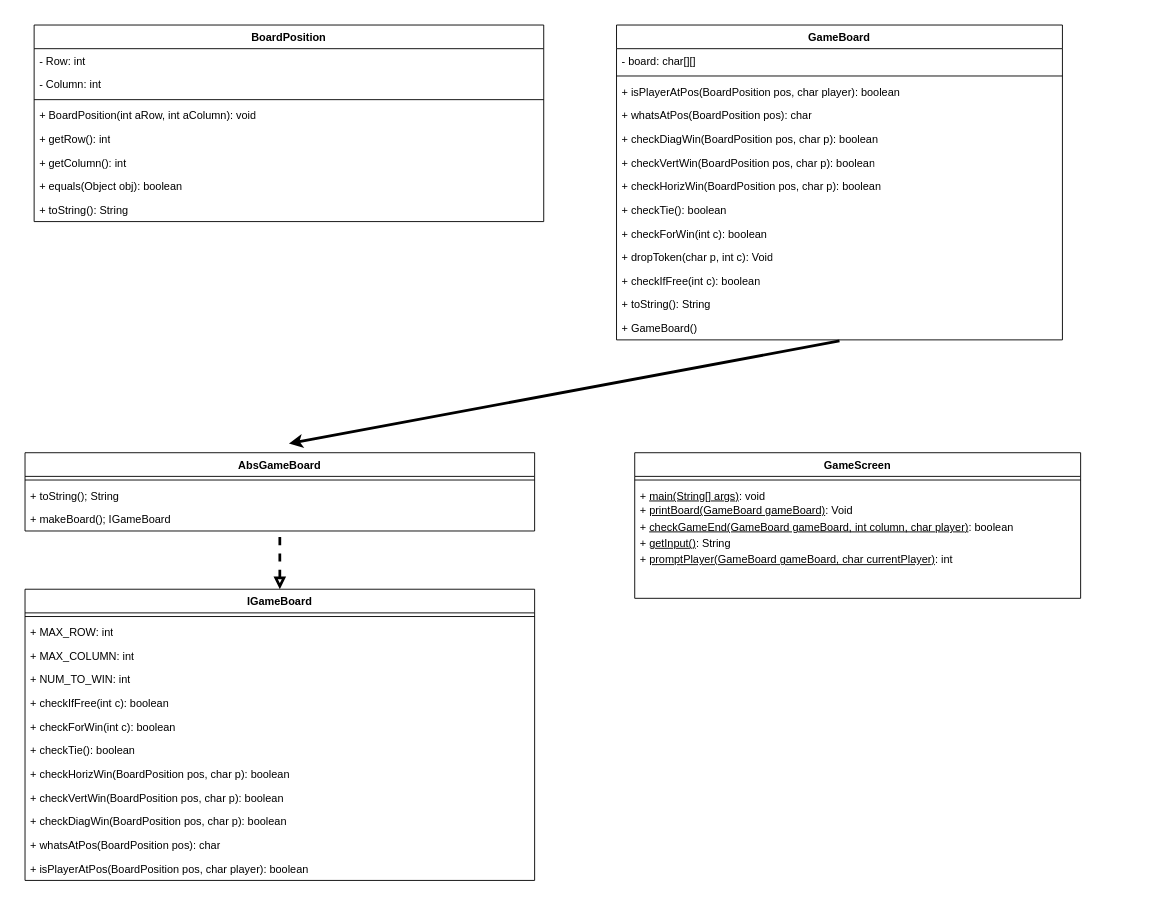
Before: CPSC2150/CPSC2150 Project/UMLs.drawio.xml in Michael-Joseph-Ellis/CPSC-Coursework, a draw.io diagram. Source tidied: cells renumbered, new cells numbered last; positions are measured from the earlier drawing's top-left corner, leaving out a move shared by most shapes. Both pictures are drawn from the tidied source at 91%, with x=0, y=0 at pixel (25, 25).
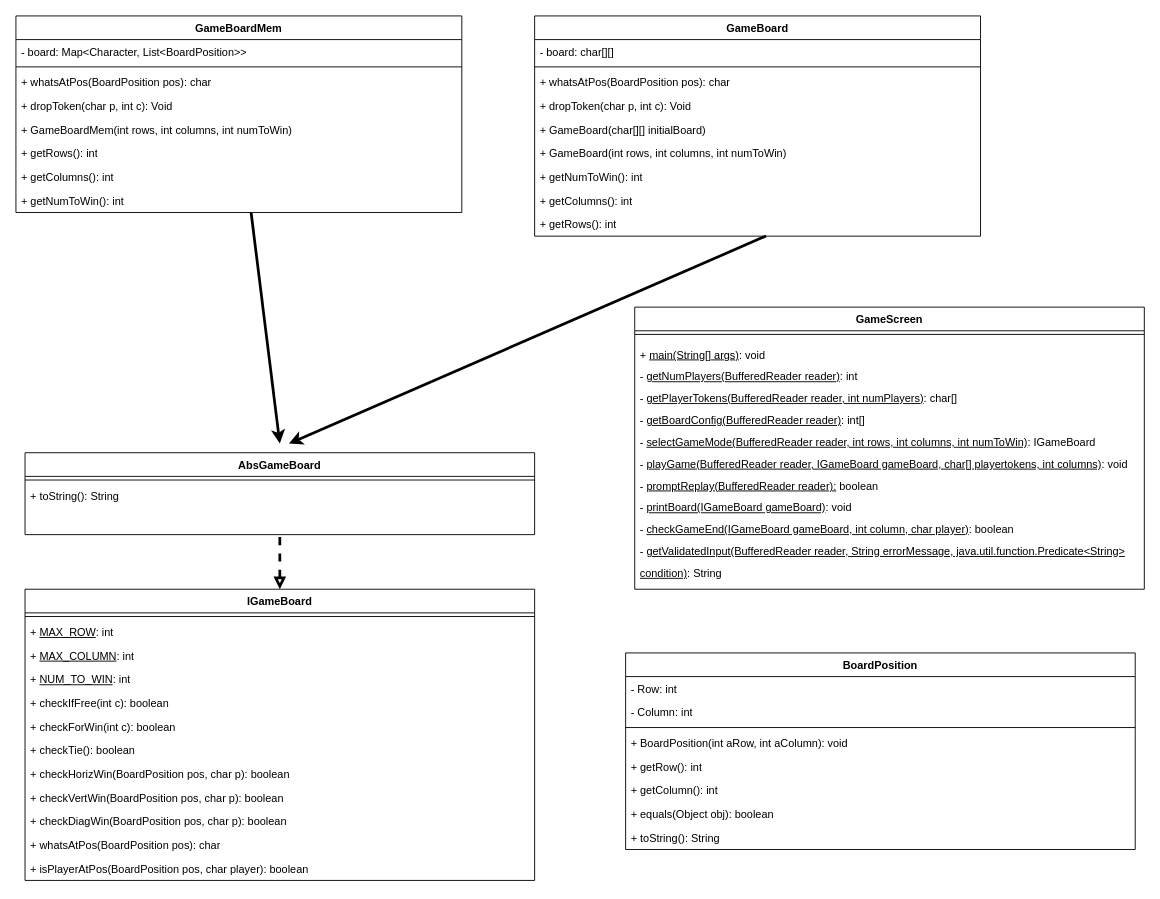
The same diagram, later.

Unchanged cells that the change refers to:
```xml
<mxCell id="34" value="IGameBoard" style="swimlane;fontStyle=1;align=center;verticalAlign=top;horizontal=1;startSize=26;whiteSpace=wrap;html=1;" parent="1" vertex="1">
  <mxGeometry y="620" width="560" height="320" as="geometry" />
</mxCell>
```

Diff of the diagram source:
```diff
@@
     <mxCell id="2" value="BoardPosition" style="swimlane;fontStyle=1;align=center;verticalAlign=top;horizontal=1;startSize=26;whiteSpace=wrap;html=1;" parent="1" vertex="1">
-      <mxGeometry x="10" width="560" height="216" as="geometry" />
+      <mxGeometry x="660" y="690" width="560" height="216" as="geometry" />
     </mxCell>
@@
     <mxCell id="11" value="GameBoard" style="swimlane;fontStyle=1;align=center;verticalAlign=top;horizontal=1;startSize=26;whiteSpace=wrap;html=1;" parent="1" vertex="1">
-      <mxGeometry x="650" width="490" height="346" as="geometry" />
+      <mxGeometry x="560" y="-10" width="490" height="242" as="geometry" />
     </mxCell>
@@
-    <mxCell id="14" value="+ isPlayerAtPos(BoardPosition pos, char player): boolean" style="text;strokeColor=none;fillColor=none;align=left;verticalAlign=top;spacingLeft=4;spacingRight=4;overflow=hidden;whiteSpace=wrap;html=1;" parent="11" vertex="1">
-      <mxGeometry y="60" width="490" height="26" as="geometry" />
-    </mxCell>
     <mxCell id="15" value="+ whatsAtPos(BoardPosition pos): char" style="text;strokeColor=none;fillColor=none;align=left;verticalAlign=top;spacingLeft=4;spacingRight=4;overflow=hidden;whiteSpace=wrap;html=1;" parent="11" vertex="1">
-      <mxGeometry y="86" width="490" height="26" as="geometry" />
+      <mxGeometry y="60" width="490" height="26" as="geometry" />
     </mxCell>
-    <mxCell id="16" value="+ checkDiagWin(BoardPosition pos, char p): boolean" style="text;strokeColor=none;fillColor=none;align=left;verticalAlign=top;spacingLeft=4;spacingRight=4;overflow=hidden;whiteSpace=wrap;html=1;" parent="11" vertex="1">
-      <mxGeometry y="112" width="490" height="26" as="geometry" />
-    </mxCell>
-    <mxCell id="17" value="+ checkVertWin(BoardPosition pos, char p): boolean" style="text;strokeColor=none;fillColor=none;align=left;verticalAlign=top;spacingLeft=4;spacingRight=4;overflow=hidden;whiteSpace=wrap;html=1;" parent="11" vertex="1">
-      <mxGeometry y="138" width="490" height="26" as="geometry" />
-    </mxCell>
-    <mxCell id="18" value="+ checkHorizWin(BoardPosition pos, char p): boolean" style="text;strokeColor=none;fillColor=none;align=left;verticalAlign=top;spacingLeft=4;spacingRight=4;overflow=hidden;whiteSpace=wrap;html=1;" parent="11" vertex="1">
-      <mxGeometry y="164" width="490" height="26" as="geometry" />
-    </mxCell>
-    <mxCell id="19" value="+ checkTie(): boolean" style="text;strokeColor=none;fillColor=none;align=left;verticalAlign=top;spacingLeft=4;spacingRight=4;overflow=hidden;whiteSpace=wrap;html=1;" parent="11" vertex="1">
-      <mxGeometry y="190" width="490" height="26" as="geometry" />
-    </mxCell>
-    <mxCell id="20" value="+ checkForWin(int c): boolean" style="text;strokeColor=none;fillColor=none;align=left;verticalAlign=top;spacingLeft=4;spacingRight=4;overflow=hidden;whiteSpace=wrap;html=1;" parent="11" vertex="1">
-      <mxGeometry y="216" width="490" height="26" as="geometry" />
-    </mxCell>
     <mxCell id="21" value="+ dropToken(char p, int c): Void" style="text;strokeColor=none;fillColor=none;align=left;verticalAlign=top;spacingLeft=4;spacingRight=4;overflow=hidden;whiteSpace=wrap;html=1;" parent="11" vertex="1">
-      <mxGeometry y="242" width="490" height="26" as="geometry" />
+      <mxGeometry y="86" width="490" height="26" as="geometry" />
     </mxCell>
-    <mxCell id="22" value="+ checkIfFree(int c): boolean" style="text;strokeColor=none;fillColor=none;align=left;verticalAlign=top;spacingLeft=4;spacingRight=4;overflow=hidden;whiteSpace=wrap;html=1;" parent="11" vertex="1">
-      <mxGeometry y="268" width="490" height="26" as="geometry" />
-    </mxCell>
-    <mxCell id="23" value="+ toString(): String" style="text;strokeColor=none;fillColor=none;align=left;verticalAlign=top;spacingLeft=4;spacingRight=4;overflow=hidden;whiteSpace=wrap;html=1;" parent="11" vertex="1">
-      <mxGeometry y="294" width="490" height="26" as="geometry" />
-    </mxCell>
-    <mxCell id="24" value="+ GameBoard()" style="text;strokeColor=none;fillColor=none;align=left;verticalAlign=top;spacingLeft=4;spacingRight=4;overflow=hidden;points=[[0,0.5],[1,0.5]];portConstraint=eastwest;whiteSpace=wrap;html=1;" parent="11" vertex="1">
-      <mxGeometry y="320" width="490" height="26" as="geometry" />
+    <mxCell id="24" value="+ GameBoard(char[][] initialBoard)" style="text;strokeColor=none;fillColor=none;align=left;verticalAlign=top;spacingLeft=4;spacingRight=4;overflow=hidden;points=[[0,0.5],[1,0.5]];portConstraint=eastwest;whiteSpace=wrap;html=1;" parent="11" vertex="1">
+      <mxGeometry y="112" width="490" height="26" as="geometry" />
     </mxCell>
+    <mxCell id="47" value="+ GameBoard(int rows, int columns, int numToWin)" style="text;strokeColor=none;fillColor=none;align=left;verticalAlign=top;spacingLeft=4;spacingRight=4;overflow=hidden;whiteSpace=wrap;html=1;" parent="11" vertex="1">
+      <mxGeometry y="138" width="490" height="26" as="geometry" />
+    </mxCell>
+    <mxCell id="48" value="+ getNumToWin(): int" style="text;strokeColor=none;fillColor=none;align=left;verticalAlign=top;spacingLeft=4;spacingRight=4;overflow=hidden;whiteSpace=wrap;html=1;" parent="11" vertex="1">
+      <mxGeometry y="164" width="490" height="26" as="geometry" />
+    </mxCell>
+    <mxCell id="49" value="+ getColumns(): int" style="text;strokeColor=none;fillColor=none;align=left;verticalAlign=top;spacingLeft=4;spacingRight=4;overflow=hidden;whiteSpace=wrap;html=1;" parent="11" vertex="1">
+      <mxGeometry y="190" width="490" height="26" as="geometry" />
+    </mxCell>
+    <mxCell id="50" value="+ getRows(): int" style="text;strokeColor=none;fillColor=none;align=left;verticalAlign=top;spacingLeft=4;spacingRight=4;overflow=hidden;points=[[0,0.5],[1,0.5]];portConstraint=eastwest;whiteSpace=wrap;html=1;" parent="11" vertex="1">
+      <mxGeometry y="216" width="490" height="26" as="geometry" />
+    </mxCell>
     <mxCell id="25" value="GameScreen" style="swimlane;fontStyle=1;align=center;verticalAlign=top;horizontal=1;startSize=26;whiteSpace=wrap;html=1;" parent="1" vertex="1">
-      <mxGeometry x="670" y="470" width="490" height="160" as="geometry" />
+      <mxGeometry x="670" y="310" width="560" height="310" as="geometry" />
     </mxCell>
     <mxCell id="26" style="line;strokeWidth=1;fillColor=none;align=left;verticalAlign=middle;spacingTop=-1;spacingLeft=3;spacingRight=3;labelPosition=right;strokeColor=inherit;" parent="25" vertex="1">
-      <mxGeometry y="26" width="490" height="8" as="geometry" />
+      <mxGeometry y="26" width="560" height="8" as="geometry" />
     </mxCell>
-    <mxCell id="27" value="+ &lt;u&gt;main(String[] args)&lt;/u&gt;: void&lt;div style=&quot;line-height: 150%;&quot;&gt;+ &lt;u&gt;printBoard(GameBoard gameBoard)&lt;/u&gt;: Void&lt;/div&gt;&lt;div style=&quot;line-height: 150%;&quot;&gt;+ &lt;u&gt;checkGameEnd(GameBoard gameBoard, int column, char player&lt;/u&gt;&lt;span style=&quot;background-color: initial;&quot;&gt;&lt;u&gt;)&lt;/u&gt;: boolean&lt;/span&gt;&lt;/div&gt;&lt;div style=&quot;line-height: 150%;&quot;&gt;+ &lt;u&gt;getInput()&lt;/u&gt;: String&lt;/div&gt;&lt;div style=&quot;line-height: 150%;&quot;&gt;+ &lt;u&gt;promptPlayer(&lt;span style=&quot;background-color: initial;&quot;&gt;GameBoard gameBoard, char currentPlayer&lt;/span&gt;&lt;/u&gt;&lt;span style=&quot;background-color: initial;&quot;&gt;&lt;u&gt;)&lt;/u&gt;: int&lt;/span&gt;&lt;/div&gt;&lt;div&gt;&lt;br&gt;&lt;/div&gt;" style="text;strokeColor=none;fillColor=none;align=left;verticalAlign=top;spacingLeft=4;spacingRight=4;overflow=hidden;whiteSpace=wrap;html=1;" parent="25" vertex="1">
-      <mxGeometry y="34" width="490" height="126" as="geometry" />
+    <mxCell id="27" value="+ &lt;u style=&quot;line-height: 200%;&quot;&gt;main(String[] args)&lt;/u&gt;: void&lt;div style=&quot;line-height: 200%;&quot;&gt;- &lt;u&gt;getNumPlayers(BufferedReader reader)&lt;/u&gt;: int&lt;/div&gt;&lt;div style=&quot;line-height: 200%;&quot;&gt;- &lt;u&gt;getPlayerTokens(BufferedReader reader, int numPlayers)&lt;/u&gt;: char[]&lt;/div&gt;&lt;div style=&quot;line-height: 200%;&quot;&gt;- &lt;u&gt;getBoardConfig(BufferedReader reader)&lt;/u&gt;: int[]&lt;/div&gt;&lt;div style=&quot;line-height: 200%;&quot;&gt;- &lt;u&gt;selectGameMode(BufferedReader reader, int rows, int columns, int numToWin)&lt;/u&gt;: IGameBoard&lt;/div&gt;&lt;div style=&quot;line-height: 200%;&quot;&gt;- &lt;u&gt;playGame(BufferedReader reader, IGameBoard gameBoard, char[] playertokens, int columns)&lt;/u&gt;: void&lt;/div&gt;&lt;div style=&quot;line-height: 200%;&quot;&gt;- &lt;u&gt;promptReplay(BufferedReader reader):&lt;/u&gt; boolean&amp;nbsp;&lt;/div&gt;&lt;div style=&quot;line-height: 200%;&quot;&gt;- &lt;u&gt;printBoard(IGameBoard gameBoard)&lt;/u&gt;: void&lt;/div&gt;&lt;div style=&quot;line-height: 200%;&quot;&gt;- &lt;u&gt;checkGameEnd(IGameBoard gameBoard, int column, char player)&lt;/u&gt;: boolean&lt;/div&gt;&lt;div style=&quot;line-height: 200%;&quot;&gt;- &lt;u&gt;getValidatedInput(BufferedReader reader, String errorMessage, java.util.function.Predicate&amp;lt;String&amp;gt; condition)&lt;/u&gt;: String&lt;/div&gt;" style="text;strokeColor=none;fillColor=none;align=left;verticalAlign=top;spacingLeft=4;spacingRight=4;overflow=hidden;whiteSpace=wrap;html=1;" parent="25" vertex="1">
+      <mxGeometry y="34" width="560" height="276" as="geometry" />
     </mxCell>
-    <mxCell id="28" style="rounded=0;jettySize=auto;html=1;startArrow=classic;startFill=1;endArrow=none;endFill=0;entryX=0.5;entryY=1.043;entryDx=0;entryDy=0;entryPerimeter=0;strokeWidth=3;" parent="1" edge="1" target="24">
+    <mxCell id="28" style="rounded=0;jettySize=auto;html=1;startArrow=classic;startFill=1;endArrow=none;endFill=0;entryX=0.519;entryY=0.992;entryDx=0;entryDy=0;entryPerimeter=0;strokeWidth=3;" parent="1" edge="1" target="50">
       <mxGeometry relative="1" as="geometry">
         <mxPoint x="290" y="460" as="sourcePoint" />
       </mxGeometry>
     </mxCell>
     <mxCell id="29" value="AbsGameBoard" style="swimlane;fontStyle=1;align=center;verticalAlign=top;horizontal=1;startSize=26;whiteSpace=wrap;html=1;" parent="1" vertex="1">
-      <mxGeometry y="470" width="560" height="86" as="geometry" />
+      <mxGeometry y="470" width="560" height="90" as="geometry" />
     </mxCell>
@@
-    <mxCell id="31" value="+ toString(); String" style="text;strokeColor=none;fillColor=none;align=left;verticalAlign=top;spacingLeft=4;spacingRight=4;overflow=hidden;points=[[0,0.5],[1,0.5]];portConstraint=eastwest;whiteSpace=wrap;html=1;" parent="29" vertex="1">
-      <mxGeometry y="34" width="560" height="26" as="geometry" />
+    <mxCell id="31" value="+ toString(): String" style="text;strokeColor=none;fillColor=none;align=left;verticalAlign=top;spacingLeft=4;spacingRight=4;overflow=hidden;points=[[0,0.5],[1,0.5]];portConstraint=eastwest;whiteSpace=wrap;html=1;" parent="29" vertex="1">
+      <mxGeometry y="34" width="560" height="56" as="geometry" />
     </mxCell>
-    <mxCell id="32" value="+ makeBoard(); IGameBoard" style="text;strokeColor=none;fillColor=none;align=left;verticalAlign=top;spacingLeft=4;spacingRight=4;overflow=hidden;whiteSpace=wrap;html=1;" parent="29" vertex="1">
-      <mxGeometry y="60" width="560" height="26" as="geometry" />
-    </mxCell>
-    <mxCell id="33" style="rounded=0;jettySize=auto;html=1;endArrow=none;endFill=0;startArrow=block;startFill=0;strokeWidth=3;dashed=1;" parent="1" edge="1" source="34">
-      <mxGeometry relative="1" as="geometry">
-        <mxPoint x="280" y="560" as="targetPoint" />
-      </mxGeometry>
+    <mxCell id="33" style="rounded=0;jettySize=auto;html=1;endArrow=none;endFill=0;startArrow=block;startFill=0;strokeWidth=3;dashed=1;entryX=0.5;entryY=1.026;entryDx=0;entryDy=0;entryPerimeter=0;" parent="1" edge="1" source="34" target="31">
+      <mxGeometry relative="1" as="geometry" />
     </mxCell>
@@
-    <mxCell id="36" value="+ MAX_ROW: int" style="text;strokeColor=none;fillColor=none;align=left;verticalAlign=top;spacingLeft=4;spacingRight=4;overflow=hidden;whiteSpace=wrap;html=1;" parent="34" vertex="1">
+    <mxCell id="36" value="+ &lt;u&gt;MAX_ROW&lt;/u&gt;: int" style="text;strokeColor=none;fillColor=none;align=left;verticalAlign=top;spacingLeft=4;spacingRight=4;overflow=hidden;whiteSpace=wrap;html=1;" parent="34" vertex="1">
       <mxGeometry y="34" width="560" height="26" as="geometry" />
     </mxCell>
-    <mxCell id="37" value="+ MAX_COLUMN: int" style="text;strokeColor=none;fillColor=none;align=left;verticalAlign=top;spacingLeft=4;spacingRight=4;overflow=hidden;whiteSpace=wrap;html=1;" parent="34" vertex="1">
+    <mxCell id="37" value="+ &lt;u&gt;MAX_COLUMN&lt;/u&gt;: int" style="text;strokeColor=none;fillColor=none;align=left;verticalAlign=top;spacingLeft=4;spacingRight=4;overflow=hidden;whiteSpace=wrap;html=1;" parent="34" vertex="1">
       <mxGeometry y="60" width="560" height="26" as="geometry" />
     </mxCell>
-    <mxCell id="38" value="+ NUM_TO_WIN: int" style="text;strokeColor=none;fillColor=none;align=left;verticalAlign=top;spacingLeft=4;spacingRight=4;overflow=hidden;whiteSpace=wrap;html=1;" parent="34" vertex="1">
+    <mxCell id="38" value="+ &lt;u&gt;NUM_TO_WIN&lt;/u&gt;: int" style="text;strokeColor=none;fillColor=none;align=left;verticalAlign=top;spacingLeft=4;spacingRight=4;overflow=hidden;whiteSpace=wrap;html=1;" parent="34" vertex="1">
       <mxGeometry y="86" width="560" height="26" as="geometry" />
     </mxCell>
@@
+    <mxCell id="51" style="rounded=0;jettySize=auto;html=1;strokeWidth=3;" parent="1" edge="1" source="52">
+      <mxGeometry relative="1" as="geometry">
+        <mxPoint x="280" y="460" as="targetPoint" />
+      </mxGeometry>
+    </mxCell>
+    <mxCell id="52" value="GameBoardMem" style="swimlane;fontStyle=1;align=center;verticalAlign=top;horizontal=1;startSize=26;whiteSpace=wrap;html=1;" parent="1" vertex="1">
+      <mxGeometry x="-10" y="-10" width="490" height="216" as="geometry" />
+    </mxCell>
+    <mxCell id="53" value="- board: Map&amp;lt;Character, List&amp;lt;BoardPosition&amp;gt;&amp;gt;" style="text;strokeColor=none;fillColor=none;align=left;verticalAlign=top;spacingLeft=4;spacingRight=4;overflow=hidden;whiteSpace=wrap;html=1;" parent="52" vertex="1">
+      <mxGeometry y="26" width="490" height="26" as="geometry" />
+    </mxCell>
+    <mxCell id="54" style="line;strokeWidth=1;fillColor=none;align=left;verticalAlign=middle;spacingTop=-1;spacingLeft=3;spacingRight=3;labelPosition=right;strokeColor=inherit;" parent="52" vertex="1">
+      <mxGeometry y="52" width="490" height="8" as="geometry" />
+    </mxCell>
+    <mxCell id="55" value="+ whatsAtPos(BoardPosition pos): char" style="text;strokeColor=none;fillColor=none;align=left;verticalAlign=top;spacingLeft=4;spacingRight=4;overflow=hidden;whiteSpace=wrap;html=1;" parent="52" vertex="1">
+      <mxGeometry y="60" width="490" height="26" as="geometry" />
+    </mxCell>
+    <mxCell id="56" value="+ dropToken(char p, int c): Void" style="text;strokeColor=none;fillColor=none;align=left;verticalAlign=top;spacingLeft=4;spacingRight=4;overflow=hidden;whiteSpace=wrap;html=1;" parent="52" vertex="1">
+      <mxGeometry y="86" width="490" height="26" as="geometry" />
+    </mxCell>
+    <mxCell id="57" value="+ GameBoardMem(int rows, int columns, int numToWin)" style="text;strokeColor=none;fillColor=none;align=left;verticalAlign=top;spacingLeft=4;spacingRight=4;overflow=hidden;whiteSpace=wrap;html=1;" parent="52" vertex="1">
+      <mxGeometry y="112" width="490" height="26" as="geometry" />
+    </mxCell>
+    <mxCell id="58" value="+ getRows(): int" style="text;strokeColor=none;fillColor=none;align=left;verticalAlign=top;spacingLeft=4;spacingRight=4;overflow=hidden;whiteSpace=wrap;html=1;" parent="52" vertex="1">
+      <mxGeometry y="138" width="490" height="26" as="geometry" />
+    </mxCell>
+    <mxCell id="59" value="+ getColumns(): int" style="text;strokeColor=none;fillColor=none;align=left;verticalAlign=top;spacingLeft=4;spacingRight=4;overflow=hidden;whiteSpace=wrap;html=1;" parent="52" vertex="1">
+      <mxGeometry y="164" width="490" height="26" as="geometry" />
+    </mxCell>
+    <mxCell id="60" value="+ getNumToWin(): int" style="text;strokeColor=none;fillColor=none;align=left;verticalAlign=top;spacingLeft=4;spacingRight=4;overflow=hidden;whiteSpace=wrap;html=1;" parent="52" vertex="1">
+      <mxGeometry y="190" width="490" height="26" as="geometry" />
+    </mxCell>
```
